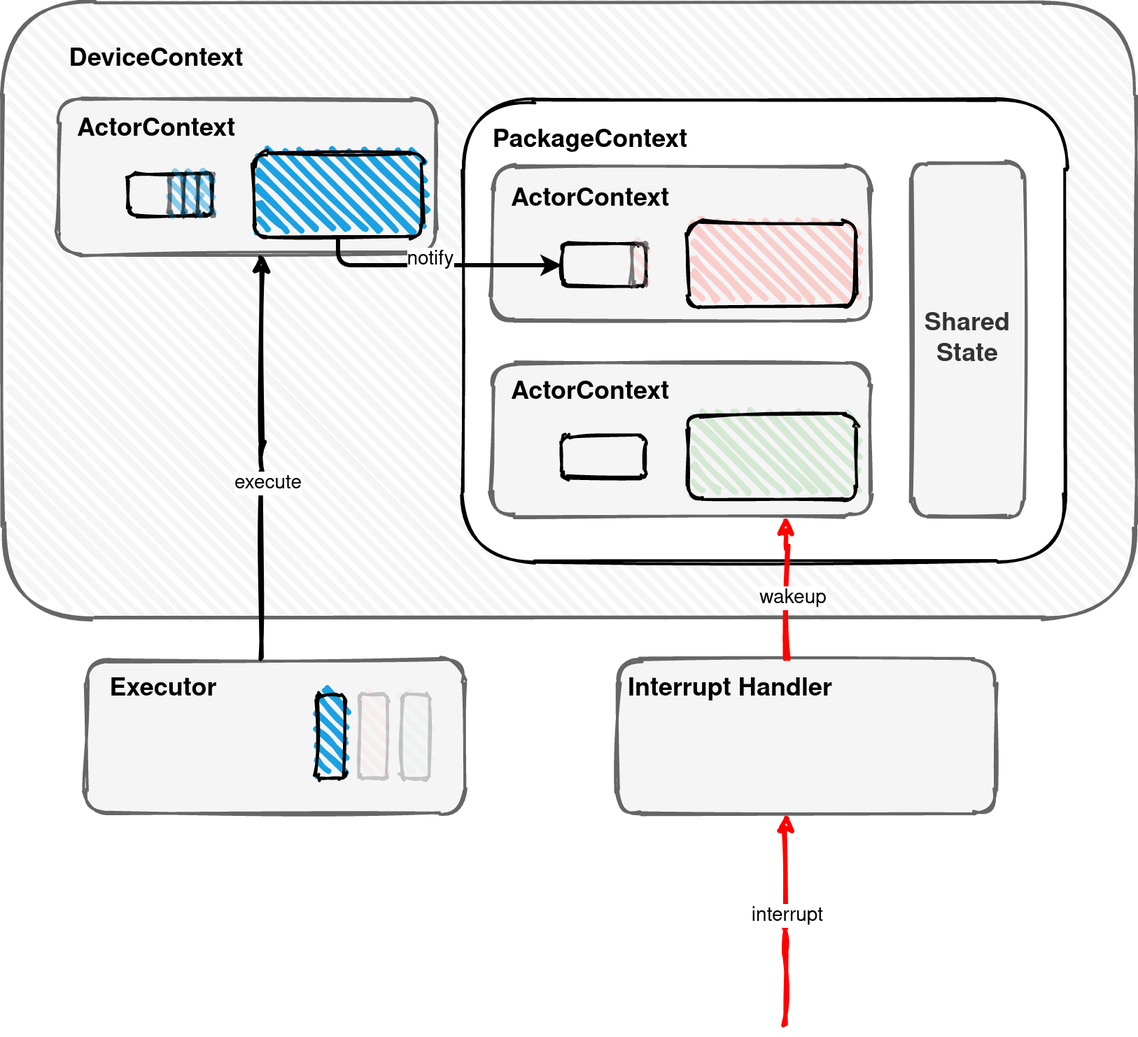
drogue-iot/drogue-device keeps this draw.io diagram as docs/modules/ROOT/images/drogue-device-actor-model.png. Above is the earlier version. Source tidied: cells renumbered, new cells last; positions are measured from the earlier drawing's top-left corner, leaving out a move shared by most shapes.
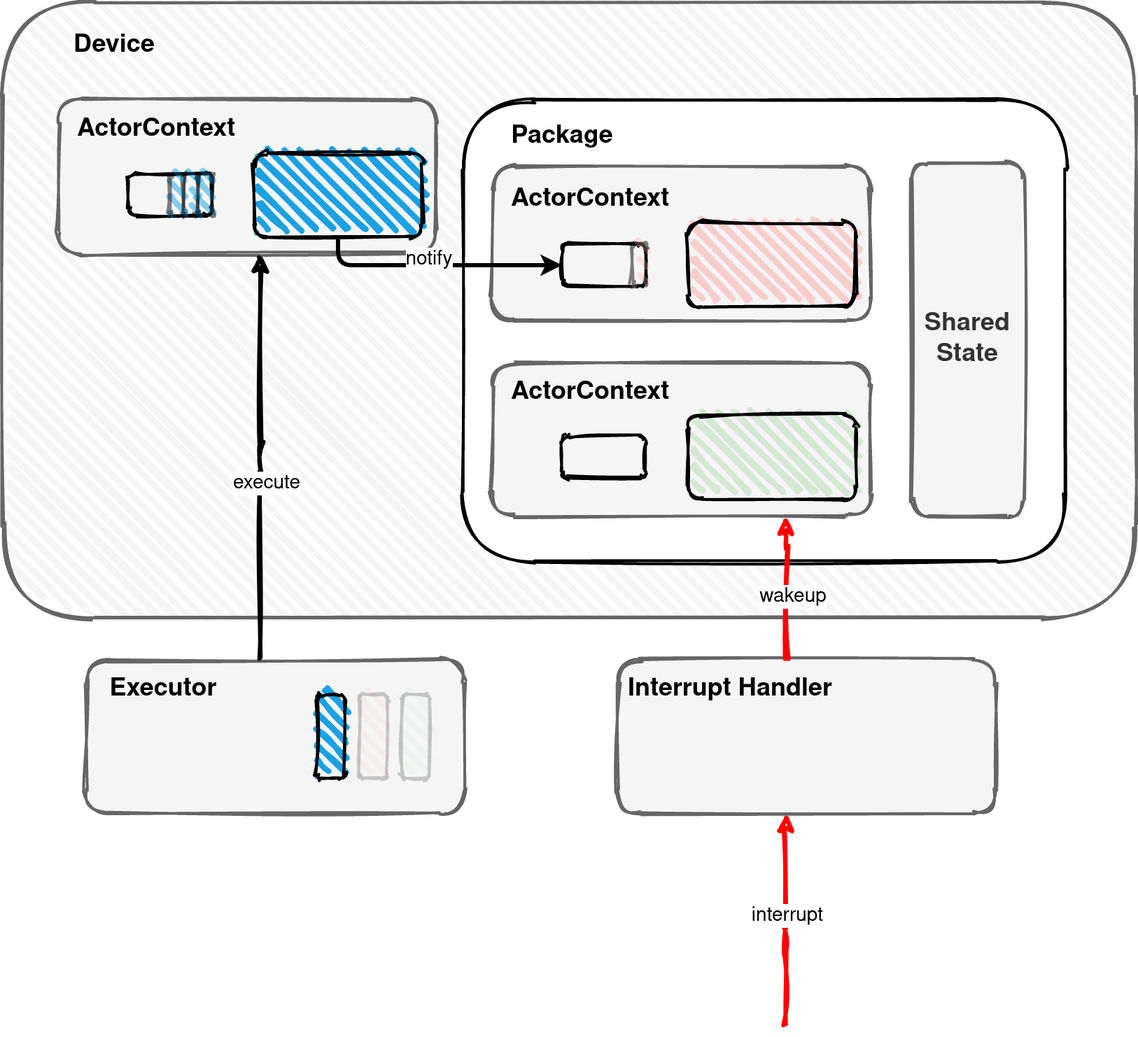
The same diagram one commit later.

What changed in the source:
```diff
@@ -8,8 +8,8 @@
     <mxCell id="3" style="rounded=1;whiteSpace=wrap;html=1;strokeWidth=2;fillWeight=4;hachureGap=8;hachureAngle=45;sketch=1;shadow=0;glass=0;fillColor=#f5f5f5;strokeColor=#666666;fontColor=#333333;fillStyle=solid;" parent="1" vertex="1">
       <mxGeometry x="60" y="470" width="270" height="110" as="geometry" />
     </mxCell>
-    <mxCell id="4" value="&lt;font style=&quot;font-size: 18px&quot;&gt;DeviceContext&lt;/font&gt;" style="text;strokeColor=none;fillColor=none;html=1;fontSize=24;fontStyle=1;verticalAlign=middle;align=center;" parent="1" vertex="1">
-      <mxGeometry x="60" y="20" width="100" height="40" as="geometry" />
+    <mxCell id="4" value="&lt;font style=&quot;font-size: 18px&quot;&gt;Device&lt;/font&gt;" style="text;strokeColor=none;fillColor=none;html=1;fontSize=24;fontStyle=1;verticalAlign=middle;align=center;" parent="1" vertex="1">
+      <mxGeometry x="30" y="10" width="100" height="40" as="geometry" />
     </mxCell>
     <mxCell id="5" style="rounded=1;whiteSpace=wrap;html=1;strokeWidth=2;fillWeight=4;hachureGap=8;hachureAngle=45;sketch=1;shadow=0;glass=0;fillStyle=solid;" parent="1" vertex="1">
       <mxGeometry x="330" y="70" width="430" height="330" as="geometry" />
@@ -62,8 +62,8 @@
     <mxCell id="21" style="rounded=1;whiteSpace=wrap;html=1;strokeWidth=2;fillWeight=4;hachureGap=8;hachureAngle=45;sketch=1;fillColor=none;" parent="1" vertex="1">
       <mxGeometry x="400" y="310" width="60" height="30" as="geometry" />
     </mxCell>
-    <mxCell id="22" value="&lt;font style=&quot;font-size: 18px&quot;&gt;PackageContext&lt;/font&gt;" style="text;strokeColor=none;fillColor=none;html=1;fontSize=24;fontStyle=1;verticalAlign=middle;align=center;" parent="1" vertex="1">
-      <mxGeometry x="370" y="77.5" width="100" height="40" as="geometry" />
+    <mxCell id="22" value="&lt;font style=&quot;font-size: 18px&quot;&gt;Package&lt;/font&gt;" style="text;strokeColor=none;fillColor=none;html=1;fontSize=24;fontStyle=1;verticalAlign=middle;align=center;" parent="1" vertex="1">
+      <mxGeometry x="350" y="75" width="100" height="40" as="geometry" />
     </mxCell>
     <mxCell id="23" value="&lt;div&gt;&lt;font style=&quot;font-size: 18px&quot;&gt;&lt;b&gt;Shared&lt;/b&gt;&lt;/font&gt;&lt;/div&gt;&lt;div&gt;&lt;font style=&quot;font-size: 18px&quot;&gt;&lt;b&gt;State&lt;/b&gt;&lt;/font&gt;&lt;/div&gt;" style="rounded=1;whiteSpace=wrap;html=1;strokeWidth=2;fillWeight=4;hachureGap=8;hachureAngle=45;sketch=1;shadow=0;glass=0;fillStyle=solid;fillColor=#f5f5f5;strokeColor=#666666;fontColor=#333333;" parent="1" vertex="1">
       <mxGeometry x="650" y="115" width="80" height="252.5" as="geometry" />
```
